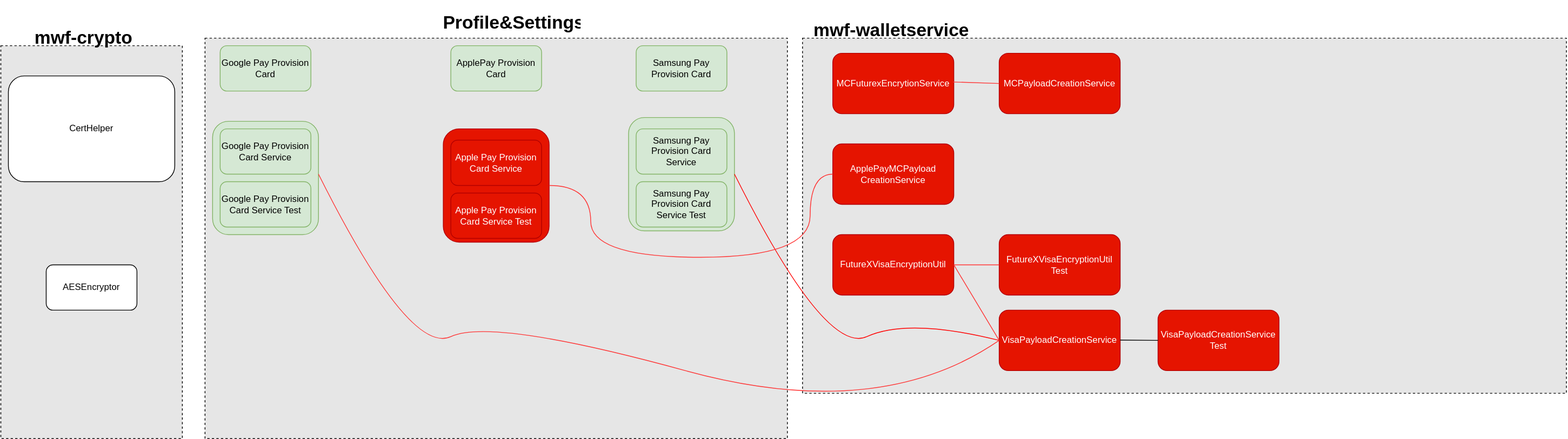
The draw.io diagram Work Samples/WF/Bouncy_Castle_Dependencies_Removal.drawio.svg in uchiharizvi/design-diagrams, before a commit. Source tidied: cells renumbered, new cells last; positions are measured from the earlier drawing's top-left corner, leaving out a move shared by most shapes. The source it was exported from:
```xml
<mxGraphModel>
  <root>
    <mxCell id="0" />
    <mxCell id="1" parent="0" />
    <mxCell id="2" style="rounded=0;whiteSpace=wrap;html=1;dashed=1;fillColor=#E6E6E6;" parent="1" vertex="1">
      <mxGeometry x="270" y="40" width="770" height="530" as="geometry" />
    </mxCell>
    <mxCell id="3" style="rounded=1;whiteSpace=wrap;html=1;fillColor=#d5e8d4;strokeColor=#82b366;" parent="1" vertex="1">
      <mxGeometry x="830" y="145" width="140" height="150" as="geometry" />
    </mxCell>
    <mxCell id="4" style="rounded=1;whiteSpace=wrap;html=1;fillColor=#d5e8d4;strokeColor=#82b366;" parent="1" vertex="1">
      <mxGeometry x="280" y="150" width="140" height="150" as="geometry" />
    </mxCell>
    <mxCell id="5" value="ApplePay Provision Card" style="rounded=1;whiteSpace=wrap;html=1;fillColor=#d5e8d4;strokeColor=#82b366;" parent="1" vertex="1">
      <mxGeometry x="595" y="50" width="120" height="60" as="geometry" />
    </mxCell>
    <mxCell id="6" value="Google Pay Provision Card" style="rounded=1;whiteSpace=wrap;html=1;fillColor=#d5e8d4;strokeColor=#82b366;" parent="1" vertex="1">
      <mxGeometry x="290" y="50" width="120" height="60" as="geometry" />
    </mxCell>
    <mxCell id="7" value="Samsung Pay Provision Card" style="rounded=1;whiteSpace=wrap;html=1;fillColor=#d5e8d4;strokeColor=#82b366;" parent="1" vertex="1">
      <mxGeometry x="840" y="50" width="120" height="60" as="geometry" />
    </mxCell>
    <mxCell id="8" style="rounded=0;whiteSpace=wrap;html=1;dashed=1;fillColor=#E6E6E6;" parent="1" vertex="1">
      <mxGeometry y="50" width="240" height="520" as="geometry" />
    </mxCell>
    <mxCell id="9" value="&lt;h1&gt;mwf-crypto&lt;/h1&gt;" style="text;html=1;spacing=5;spacingTop=-20;whiteSpace=wrap;overflow=hidden;rounded=0;" parent="1" vertex="1">
      <mxGeometry x="40" y="20" width="190" height="120" as="geometry" />
    </mxCell>
    <mxCell id="10" value="&lt;h1&gt;mwf-walletservice&lt;/h1&gt;" style="text;html=1;spacing=5;spacingTop=-20;whiteSpace=wrap;overflow=hidden;rounded=0;" parent="1" vertex="1">
      <mxGeometry x="1070" y="10" width="220" height="120" as="geometry" />
    </mxCell>
    <mxCell id="11" style="rounded=0;whiteSpace=wrap;html=1;dashed=1;fillColor=#E6E6E6;" parent="1" vertex="1">
      <mxGeometry x="1060" y="40" width="1010" height="470" as="geometry" />
    </mxCell>
    <mxCell id="12" value="AESEncryptor" style="rounded=1;whiteSpace=wrap;html=1;" parent="1" vertex="1">
      <mxGeometry x="60" y="340" width="120" height="60" as="geometry" />
    </mxCell>
    <mxCell id="13" value="CertHelper" style="rounded=1;whiteSpace=wrap;html=1;" parent="1" vertex="1">
      <mxGeometry x="10" y="90" width="220" height="140" as="geometry" />
    </mxCell>
    <mxCell id="14" value="MCFuturexEncrytionService" style="rounded=1;whiteSpace=wrap;html=1;fillColor=#e51400;fontColor=#ffffff;strokeColor=#B20000;" parent="1" vertex="1">
      <mxGeometry x="1100" y="60" width="160" height="80" as="geometry" />
    </mxCell>
    <mxCell id="15" value="ApplePayMCPayload&lt;br&gt;CreationService" style="rounded=1;whiteSpace=wrap;html=1;fillColor=#e51400;fontColor=#ffffff;strokeColor=#B20000;" parent="1" vertex="1">
      <mxGeometry x="1100" y="180" width="160" height="80" as="geometry" />
    </mxCell>
    <mxCell id="16" value="FutureXVisaEncryptionUtil" style="rounded=1;whiteSpace=wrap;html=1;fillColor=#e51400;fontColor=#ffffff;strokeColor=#B20000;" parent="1" vertex="1">
      <mxGeometry x="1100" y="300" width="160" height="80" as="geometry" />
    </mxCell>
    <mxCell id="17" value="&lt;h1&gt;Profile&amp;amp;Settings&lt;/h1&gt;" style="text;html=1;spacing=5;spacingTop=-20;whiteSpace=wrap;overflow=hidden;rounded=0;" parent="1" vertex="1">
      <mxGeometry x="580" width="190" height="120" as="geometry" />
    </mxCell>
    <mxCell id="18" value="FutureXVisaEncryptionUtil&lt;br&gt;Test" style="rounded=1;whiteSpace=wrap;html=1;fillColor=#e51400;fontColor=#ffffff;strokeColor=#B20000;" parent="1" vertex="1">
      <mxGeometry x="1320" y="300" width="160" height="80" as="geometry" />
    </mxCell>
    <mxCell id="19" value="VisaPayloadCreationService" style="rounded=1;whiteSpace=wrap;html=1;fillColor=#e51400;fontColor=#ffffff;strokeColor=#B20000;" parent="1" vertex="1">
      <mxGeometry x="1320" y="400" width="160" height="80" as="geometry" />
    </mxCell>
    <mxCell id="20" style="endArrow=none;html=1;rounded=0;exitX=1;exitY=0.5;exitDx=0;exitDy=0;entryX=0;entryY=0.5;entryDx=0;entryDy=0;strokeColor=#FF3333;" parent="1" edge="1" source="16" target="18">
      <mxGeometry relative="1" as="geometry" />
    </mxCell>
    <mxCell id="21" style="endArrow=none;html=1;rounded=0;exitX=1;exitY=0.5;exitDx=0;exitDy=0;entryX=0;entryY=0.5;entryDx=0;entryDy=0;strokeColor=#FF3333;" parent="1" edge="1" source="16" target="19">
      <mxGeometry relative="1" as="geometry" />
    </mxCell>
    <mxCell id="22" value="VisaPayloadCreationService&lt;br&gt;Test" style="rounded=1;whiteSpace=wrap;html=1;fillColor=#e51400;fontColor=#ffffff;strokeColor=#B20000;" parent="1" vertex="1">
      <mxGeometry x="1530" y="400" width="160" height="80" as="geometry" />
    </mxCell>
    <mxCell id="23" style="endArrow=none;html=1;rounded=0;exitX=1;exitY=0.5;exitDx=0;exitDy=0;entryX=0;entryY=0.5;entryDx=0;entryDy=0;" parent="1" edge="1" target="22">
      <mxGeometry relative="1" as="geometry">
        <mxPoint x="1480" y="439.5" as="sourcePoint" />
      </mxGeometry>
    </mxCell>
    <mxCell id="24" value="Samsung Pay Provision Card Service Test" style="rounded=1;whiteSpace=wrap;html=1;fillColor=#d5e8d4;strokeColor=#82b366;" parent="1" vertex="1">
      <mxGeometry x="840" y="230" width="120" height="60" as="geometry" />
    </mxCell>
    <mxCell id="25" value="Google Pay Provision Card Service" style="rounded=1;whiteSpace=wrap;html=1;fillColor=#d5e8d4;strokeColor=#82b366;" parent="1" vertex="1">
      <mxGeometry x="290" y="160" width="120" height="60" as="geometry" />
    </mxCell>
    <mxCell id="26" value="Google Pay Provision Card Service Test" style="rounded=1;whiteSpace=wrap;html=1;fillColor=#d5e8d4;strokeColor=#82b366;" parent="1" vertex="1">
      <mxGeometry x="290" y="230" width="120" height="60" as="geometry" />
    </mxCell>
    <mxCell id="27" value="Samsung Pay Provision Card Service" style="rounded=1;whiteSpace=wrap;html=1;fillColor=#d5e8d4;strokeColor=#82b366;" parent="1" vertex="1">
      <mxGeometry x="840" y="160" width="120" height="60" as="geometry" />
    </mxCell>
    <mxCell id="28" style="curved=1;endArrow=none;html=1;rounded=0;exitX=1;exitY=0.5;exitDx=0;exitDy=0;entryX=0;entryY=0.5;entryDx=0;entryDy=0;endFill=0;startArrow=none;startFill=0;strokeColor=#FF0000;" parent="1" edge="1" source="3" target="19">
      <mxGeometry relative="1" as="geometry">
        <Array as="points">
          <mxPoint x="1090" y="460" />
          <mxPoint x="1200" y="410" />
        </Array>
      </mxGeometry>
    </mxCell>
    <mxCell id="29" style="curved=1;endArrow=none;html=1;rounded=0;exitX=1;exitY=0.5;exitDx=0;exitDy=0;endFill=0;fillColor=#e51400;strokeColor=#FF3333;" parent="1" edge="1">
      <mxGeometry relative="1" as="geometry">
        <mxPoint x="420" y="220" as="sourcePoint" />
        <mxPoint x="1320" y="440" as="targetPoint" />
        <Array as="points">
          <mxPoint x="540" y="460" />
          <mxPoint x="650" y="410" />
          <mxPoint x="1160" y="550" />
        </Array>
      </mxGeometry>
    </mxCell>
    <mxCell id="30" style="rounded=1;whiteSpace=wrap;html=1;fillColor=#e51400;strokeColor=#B20000;fontColor=#ffffff;" parent="1" vertex="1">
      <mxGeometry x="585" y="160" width="140" height="150" as="geometry" />
    </mxCell>
    <mxCell id="31" value="Apple Pay Provision Card Service" style="rounded=1;whiteSpace=wrap;html=1;fillColor=#e51400;strokeColor=#B20000;fontColor=#ffffff;" parent="1" vertex="1">
      <mxGeometry x="595" y="175" width="120" height="60" as="geometry" />
    </mxCell>
    <mxCell id="32" value="Apple Pay Provision Card Service Test" style="rounded=1;whiteSpace=wrap;html=1;fillColor=#e51400;strokeColor=#B20000;fontColor=#ffffff;" parent="1" vertex="1">
      <mxGeometry x="595" y="245" width="120" height="60" as="geometry" />
    </mxCell>
    <mxCell id="33" style="endArrow=none;html=1;rounded=0;exitX=1;exitY=0.5;exitDx=0;exitDy=0;entryX=0;entryY=0.5;entryDx=0;entryDy=0;edgeStyle=orthogonalEdgeStyle;curved=1;strokeColor=#FF3333;" parent="1" edge="1" source="30" target="15">
      <mxGeometry relative="1" as="geometry">
        <Array as="points">
          <mxPoint x="780" y="235" />
          <mxPoint x="780" y="330" />
          <mxPoint x="1070" y="330" />
          <mxPoint x="1070" y="220" />
        </Array>
      </mxGeometry>
    </mxCell>
    <mxCell id="34" value="MCPayloadCreationService" style="rounded=1;whiteSpace=wrap;html=1;fillColor=#e51400;fontColor=#ffffff;strokeColor=#B20000;" parent="1" vertex="1">
      <mxGeometry x="1320" y="60" width="160" height="80" as="geometry" />
    </mxCell>
    <mxCell id="35" style="endArrow=none;html=1;rounded=0;exitX=0.993;exitY=0.475;exitDx=0;exitDy=0;exitPerimeter=0;entryX=0;entryY=0.5;entryDx=0;entryDy=0;strokeColor=#FF3333;" parent="1" edge="1" source="14" target="34">
      <mxGeometry relative="1" as="geometry" />
    </mxCell>
  </root>
</mxGraphModel>
```
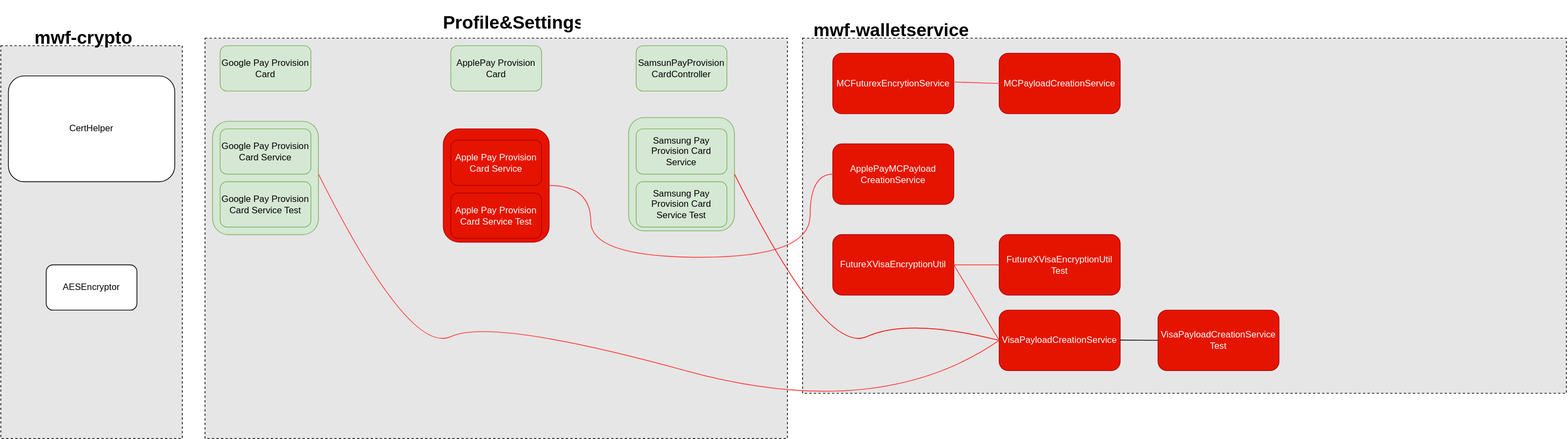
After the change.

Change to the diagram source:
```diff
@@ -17,7 +17,7 @@
     <mxCell id="6" value="Google Pay Provision Card" style="rounded=1;whiteSpace=wrap;html=1;fillColor=#d5e8d4;strokeColor=#82b366;" parent="1" vertex="1">
       <mxGeometry x="290" y="50" width="120" height="60" as="geometry" />
     </mxCell>
-    <mxCell id="7" value="Samsung Pay Provision Card" style="rounded=1;whiteSpace=wrap;html=1;fillColor=#d5e8d4;strokeColor=#82b366;" parent="1" vertex="1">
+    <mxCell id="7" value="SamsunPayProvision&lt;br&gt;CardController" style="rounded=1;whiteSpace=wrap;html=1;fillColor=#d5e8d4;strokeColor=#82b366;" parent="1" vertex="1">
       <mxGeometry x="840" y="50" width="120" height="60" as="geometry" />
     </mxCell>
     <mxCell id="8" style="rounded=0;whiteSpace=wrap;html=1;dashed=1;fillColor=#E6E6E6;" parent="1" vertex="1">
```
